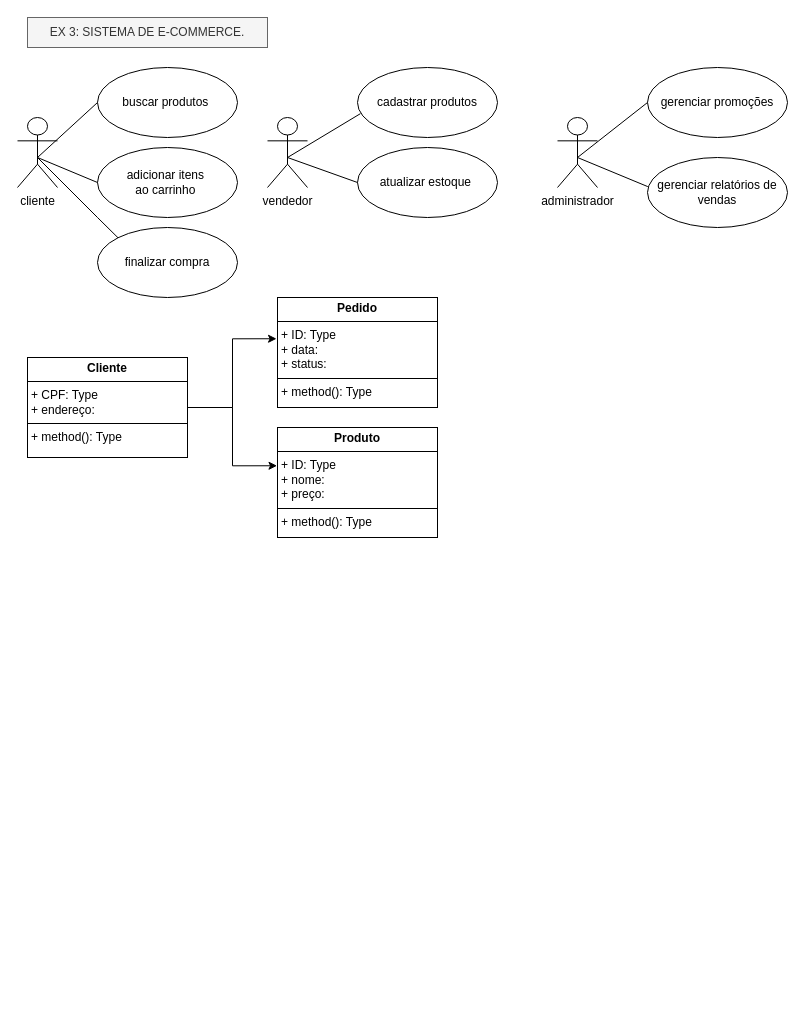
Before: page "exer. 3" (9 of 9) of Diagrama sem nome.drawio in iisabelleandrade/diagramasderequisitos, a draw.io diagram. Source tidied: cells renumbered, new cells numbered last; positions are measured from the earlier drawing's top-left corner, leaving out a move shared by most shapes. Both pictures are drawn from the tidied source at 100%, with x=0, y=0 at pixel (17, 17).
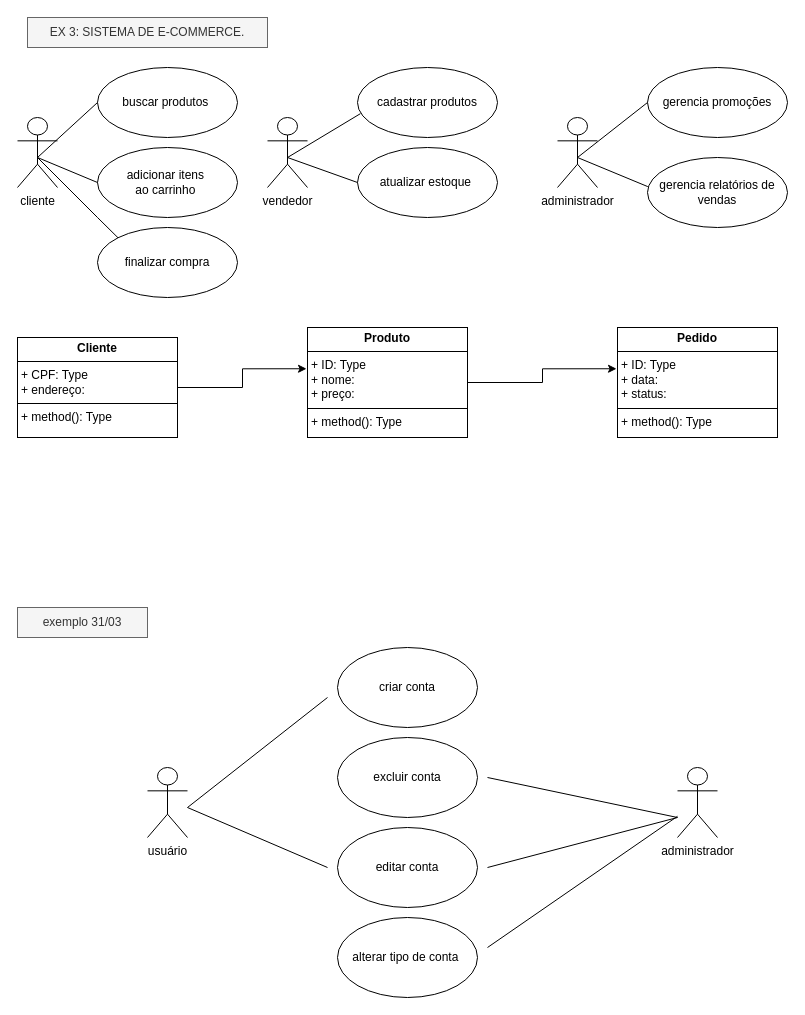
The same diagram, later.

What changed in the source:
```diff
@@
-    <mxCell id="11" value="gerenciar relatórios de vendas" style="ellipse;whiteSpace=wrap;html=1;" parent="1" vertex="1">
+    <mxCell id="11" value="gerencia relatórios de vendas" style="ellipse;whiteSpace=wrap;html=1;" parent="1" vertex="1">
       <mxGeometry x="630" y="140" width="140" height="70" as="geometry" />
     </mxCell>
-    <mxCell id="12" value="gerenciar promoções" style="ellipse;whiteSpace=wrap;html=1;" parent="1" vertex="1">
+    <mxCell id="12" value="gerencia promoções" style="ellipse;whiteSpace=wrap;html=1;" parent="1" vertex="1">
       <mxGeometry x="630" y="50" width="140" height="70" as="geometry" />
     </mxCell>
@@
-    <mxCell id="20" value="&lt;p style=&quot;margin:0px;margin-top:4px;text-align:center;&quot;&gt;&lt;b&gt;Produto&lt;/b&gt;&lt;/p&gt;&lt;hr size=&quot;1&quot; style=&quot;border-style:solid;&quot;&gt;&lt;p style=&quot;margin:0px;margin-left:4px;&quot;&gt;+ ID: Type&lt;/p&gt;&lt;p style=&quot;margin:0px;margin-left:4px;&quot;&gt;+ nome:&lt;/p&gt;&lt;p style=&quot;margin:0px;margin-left:4px;&quot;&gt;+ preço:&lt;/p&gt;&lt;hr size=&quot;1&quot; style=&quot;border-style:solid;&quot;&gt;&lt;p style=&quot;margin:0px;margin-left:4px;&quot;&gt;+ method(): Type&lt;/p&gt;" style="verticalAlign=top;align=left;overflow=fill;html=1;whiteSpace=wrap;" parent="1" vertex="1">
-      <mxGeometry x="260" y="410" width="160" height="110" as="geometry" />
-    </mxCell>
     <mxCell id="21" value="&lt;p style=&quot;margin:0px;margin-top:4px;text-align:center;&quot;&gt;&lt;b&gt;Cliente&lt;/b&gt;&lt;/p&gt;&lt;hr size=&quot;1&quot; style=&quot;border-style:solid;&quot;&gt;&lt;p style=&quot;margin:0px;margin-left:4px;&quot;&gt;+ CPF: Type&lt;/p&gt;&lt;p style=&quot;margin:0px;margin-left:4px;&quot;&gt;+ endereço:&lt;/p&gt;&lt;hr size=&quot;1&quot; style=&quot;border-style:solid;&quot;&gt;&lt;p style=&quot;margin:0px;margin-left:4px;&quot;&gt;+ method(): Type&lt;/p&gt;" style="verticalAlign=top;align=left;overflow=fill;html=1;whiteSpace=wrap;" parent="1" vertex="1">
-      <mxGeometry x="10" y="340" width="160" height="100" as="geometry" />
+      <mxGeometry y="320" width="160" height="100" as="geometry" />
     </mxCell>
     <mxCell id="22" value="&lt;p style=&quot;margin:0px;margin-top:4px;text-align:center;&quot;&gt;&lt;b&gt;Pedido&lt;/b&gt;&lt;/p&gt;&lt;hr size=&quot;1&quot; style=&quot;border-style:solid;&quot;&gt;&lt;p style=&quot;margin:0px;margin-left:4px;&quot;&gt;+ ID: Type&lt;/p&gt;&lt;p style=&quot;margin:0px;margin-left:4px;&quot;&gt;+ data:&lt;/p&gt;&lt;p style=&quot;margin:0px;margin-left:4px;&quot;&gt;+ status:&lt;/p&gt;&lt;hr size=&quot;1&quot; style=&quot;border-style:solid;&quot;&gt;&lt;p style=&quot;margin:0px;margin-left:4px;&quot;&gt;+ method(): Type&lt;/p&gt;" style="verticalAlign=top;align=left;overflow=fill;html=1;whiteSpace=wrap;" parent="1" vertex="1">
-      <mxGeometry x="260" y="280" width="160" height="110" as="geometry" />
+      <mxGeometry x="600" y="310" width="160" height="110" as="geometry" />
     </mxCell>
-    <mxCell id="23" style="edgeStyle=orthogonalEdgeStyle;rounded=0;jettySize=auto;html=1;exitX=1;exitY=0.5;exitDx=0;exitDy=0;entryX=-0.006;entryY=0.375;entryDx=0;entryDy=0;entryPerimeter=0;" parent="1" edge="1" source="21" target="22">
+    <mxCell id="23" style="edgeStyle=orthogonalEdgeStyle;rounded=0;jettySize=auto;html=1;exitX=1;exitY=0.5;exitDx=0;exitDy=0;entryX=-0.006;entryY=0.375;entryDx=0;entryDy=0;entryPerimeter=0;" parent="1" edge="1" source="20" target="22">
       <mxGeometry relative="1" as="geometry" />
     </mxCell>
+    <mxCell id="25" value="criar conta" style="ellipse;whiteSpace=wrap;html=1;" parent="1" vertex="1">
+      <mxGeometry x="320" y="630" width="140" height="80" as="geometry" />
+    </mxCell>
+    <mxCell id="26" value="excluir conta" style="ellipse;whiteSpace=wrap;html=1;" parent="1" vertex="1">
+      <mxGeometry x="320" y="720" width="140" height="80" as="geometry" />
+    </mxCell>
+    <mxCell id="27" value="editar conta" style="ellipse;whiteSpace=wrap;html=1;" parent="1" vertex="1">
+      <mxGeometry x="320" y="810" width="140" height="80" as="geometry" />
+    </mxCell>
+    <mxCell id="28" value="alterar tipo de conta&amp;nbsp;" style="ellipse;whiteSpace=wrap;html=1;" parent="1" vertex="1">
+      <mxGeometry x="320" y="900" width="140" height="80" as="geometry" />
+    </mxCell>
+    <mxCell id="29" value="usuário" style="shape=umlActor;verticalLabelPosition=bottom;verticalAlign=top;html=1;" parent="1" vertex="1">
+      <mxGeometry x="130" y="750" width="40" height="70" as="geometry" />
+    </mxCell>
+    <mxCell id="30" value="administrador" style="shape=umlActor;verticalLabelPosition=bottom;verticalAlign=top;html=1;outlineConnect=0;" parent="1" vertex="1">
+      <mxGeometry x="660" y="750" width="40" height="70" as="geometry" />
+    </mxCell>
+    <mxCell id="31" style="endArrow=none;html=1;rounded=0;" parent="1" edge="1">
+      <mxGeometry relative="1" as="geometry">
+        <mxPoint x="170" y="790" as="sourcePoint" />
+        <mxPoint x="310" y="680" as="targetPoint" />
+      </mxGeometry>
+    </mxCell>
+    <mxCell id="32" style="endArrow=none;html=1;rounded=0;" parent="1" edge="1">
+      <mxGeometry relative="1" as="geometry">
+        <mxPoint x="470" y="850" as="sourcePoint" />
+        <mxPoint x="660" y="800" as="targetPoint" />
+      </mxGeometry>
+    </mxCell>
+    <mxCell id="33" style="endArrow=none;html=1;rounded=0;" parent="1" edge="1">
+      <mxGeometry relative="1" as="geometry">
+        <mxPoint x="470" y="760" as="sourcePoint" />
+        <mxPoint x="660" y="800" as="targetPoint" />
+      </mxGeometry>
+    </mxCell>
+    <mxCell id="34" style="endArrow=none;html=1;rounded=0;" parent="1" edge="1">
+      <mxGeometry relative="1" as="geometry">
+        <mxPoint x="170" y="790" as="sourcePoint" />
+        <mxPoint x="310" y="850" as="targetPoint" />
+      </mxGeometry>
+    </mxCell>
+    <mxCell id="35" style="endArrow=none;html=1;rounded=0;" parent="1" edge="1" target="30">
+      <mxGeometry relative="1" as="geometry">
+        <mxPoint x="470" y="930" as="sourcePoint" />
+      </mxGeometry>
+    </mxCell>
+    <mxCell id="36" value="exemplo 31/03" style="rounded=0;whiteSpace=wrap;html=1;fillColor=#f5f5f5;fontColor=#333333;strokeColor=#666666;" parent="1" vertex="1">
+      <mxGeometry y="590" width="130" height="30" as="geometry" />
+    </mxCell>
-    <mxCell id="24" style="edgeStyle=orthogonalEdgeStyle;rounded=0;jettySize=auto;html=1;exitX=1;exitY=0.25;exitDx=0;exitDy=0;entryX=-0.003;entryY=0.348;entryDx=0;entryDy=0;entryPerimeter=0;" parent="1" edge="1" source="21" target="20">
-      <mxGeometry relative="1" as="geometry">
-        <Array as="points">
-          <mxPoint x="170" y="390" />
-          <mxPoint x="215" y="390" />
-          <mxPoint x="215" y="448" />
-        </Array>
-      </mxGeometry>
+    <mxCell id="24" style="edgeStyle=orthogonalEdgeStyle;rounded=0;jettySize=auto;html=1;exitX=1;exitY=0.5;exitDx=0;exitDy=0;entryX=-0.006;entryY=0.375;entryDx=0;entryDy=0;entryPerimeter=0;" parent="1" edge="1" source="21" target="20">
+      <mxGeometry relative="1" as="geometry" />
     </mxCell>
+    <mxCell id="20" value="&lt;p style=&quot;margin:0px;margin-top:4px;text-align:center;&quot;&gt;&lt;b&gt;Produto&lt;/b&gt;&lt;/p&gt;&lt;hr size=&quot;1&quot; style=&quot;border-style:solid;&quot;&gt;&lt;p style=&quot;margin:0px;margin-left:4px;&quot;&gt;+ ID: Type&lt;/p&gt;&lt;p style=&quot;margin:0px;margin-left:4px;&quot;&gt;+ nome:&lt;/p&gt;&lt;p style=&quot;margin:0px;margin-left:4px;&quot;&gt;+ preço:&lt;/p&gt;&lt;hr size=&quot;1&quot; style=&quot;border-style:solid;&quot;&gt;&lt;p style=&quot;margin:0px;margin-left:4px;&quot;&gt;+ method(): Type&lt;/p&gt;" style="verticalAlign=top;align=left;overflow=fill;html=1;whiteSpace=wrap;" parent="1" vertex="1">
+      <mxGeometry x="290" y="310" width="160" height="110" as="geometry" />
+    </mxCell>
```
